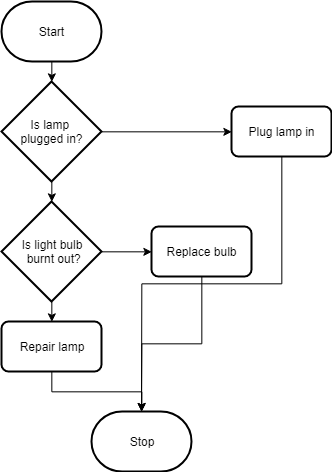
Mr-Coxall/Computer-Based-Problem-Solving keeps this draw.io diagram as docs/problem-solving/images/flowchart-example.png. Above is the earlier version. Source tidied: cells renumbered, new cells last; positions are measured from the earlier drawing's top-left corner, leaving out a move shared by most shapes.
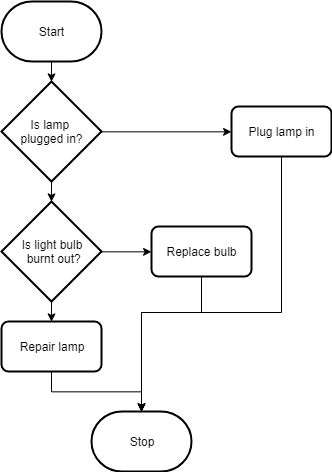
Later version of the same file.

Commit message:
fixed flowchart arrows

Change to the diagram source:
```diff
@@ -32,17 +32,23 @@
     <mxCell id="11" value="Repair lamp" style="rounded=1;whiteSpace=wrap;html=1;absoluteArcSize=1;arcSize=14;strokeWidth=2;" parent="1" vertex="1">
       <mxGeometry y="320" width="100" height="50" as="geometry" />
     </mxCell>
-    <mxCell id="12" style="edgeStyle=orthogonalEdgeStyle;rounded=0;jettySize=auto;html=1;exitX=0.5;exitY=1;exitDx=0;exitDy=0;" parent="1" edge="1" source="13">
-      <mxGeometry relative="1" as="geometry">
-        <mxPoint x="140" y="410" as="targetPoint" />
-      </mxGeometry>
-    </mxCell>
+    <mxCell id="17" style="edgeStyle=orthogonalEdgeStyle;rounded=0;jettySize=auto;html=1;exitX=0.5;exitY=1;exitDx=0;exitDy=0;entryX=0.5;entryY=0;entryDx=0;entryDy=0;entryPerimeter=0;" parent="1" edge="1" source="13" target="16">
+      <mxGeometry relative="1" as="geometry">
+        <Array as="points">
+          <mxPoint x="289" y="320" />
+          <mxPoint x="149" y="320" />
+        </Array>
+      </mxGeometry>
+    </mxCell>
     <mxCell id="13" value="Plug lamp in&lt;span style=&quot;font-family: &amp;#34;helvetica&amp;#34; , &amp;#34;arial&amp;#34; , sans-serif ; font-size: 0px ; white-space: nowrap&quot;&gt;%3CmxGraphModel%3E%3Croot%3E%3CmxCell%20id%3D%220%22%2F%3E%3CmxCell%20id%3D%221%22%20parent%3D%220%22%2F%3E%3CmxCell%20id%3D%222%22%20value%3D%22Repair%20lamp%22%20style%3D%22rounded%3D1%3BwhiteSpace%3Dwrap%3Bhtml%3D1%3BabsoluteArcSize%3D1%3BarcSize%3D14%3BstrokeWidth%3D2%3B%22%20vertex%3D%221%22%20parent%3D%221%22%3E%3CmxGeometry%20x%3D%2220%22%20y%3D%22340%22%20width%3D%22100%22%20height%3D%2250%22%20as%3D%22geometry%22%2F%3E%3C%2FmxCell%3E%3C%2Froot%3E%3C%2FmxGraphModel%3E&lt;/span&gt;" style="rounded=1;whiteSpace=wrap;html=1;absoluteArcSize=1;arcSize=14;strokeWidth=2;" parent="1" vertex="1">
       <mxGeometry x="230" y="105" width="100" height="50" as="geometry" />
     </mxCell>
-    <mxCell id="14" style="edgeStyle=orthogonalEdgeStyle;rounded=0;jettySize=auto;html=1;exitX=0.5;exitY=1;exitDx=0;exitDy=0;" parent="1" edge="1" source="15">
+    <mxCell id="14" style="edgeStyle=orthogonalEdgeStyle;rounded=0;jettySize=auto;html=1;exitX=0.5;exitY=1;exitDx=0;exitDy=0;entryX=0.5;entryY=0;entryDx=0;entryDy=0;entryPerimeter=0;" parent="1" edge="1" source="15" target="16">
       <mxGeometry relative="1" as="geometry">
-        <mxPoint x="140" y="410" as="targetPoint" />
+        <Array as="points">
+          <mxPoint x="209" y="320" />
+          <mxPoint x="149" y="320" />
+        </Array>
       </mxGeometry>
     </mxCell>
     <mxCell id="15" value="Replace bulb" style="rounded=1;whiteSpace=wrap;html=1;absoluteArcSize=1;arcSize=14;strokeWidth=2;" parent="1" vertex="1">
```
